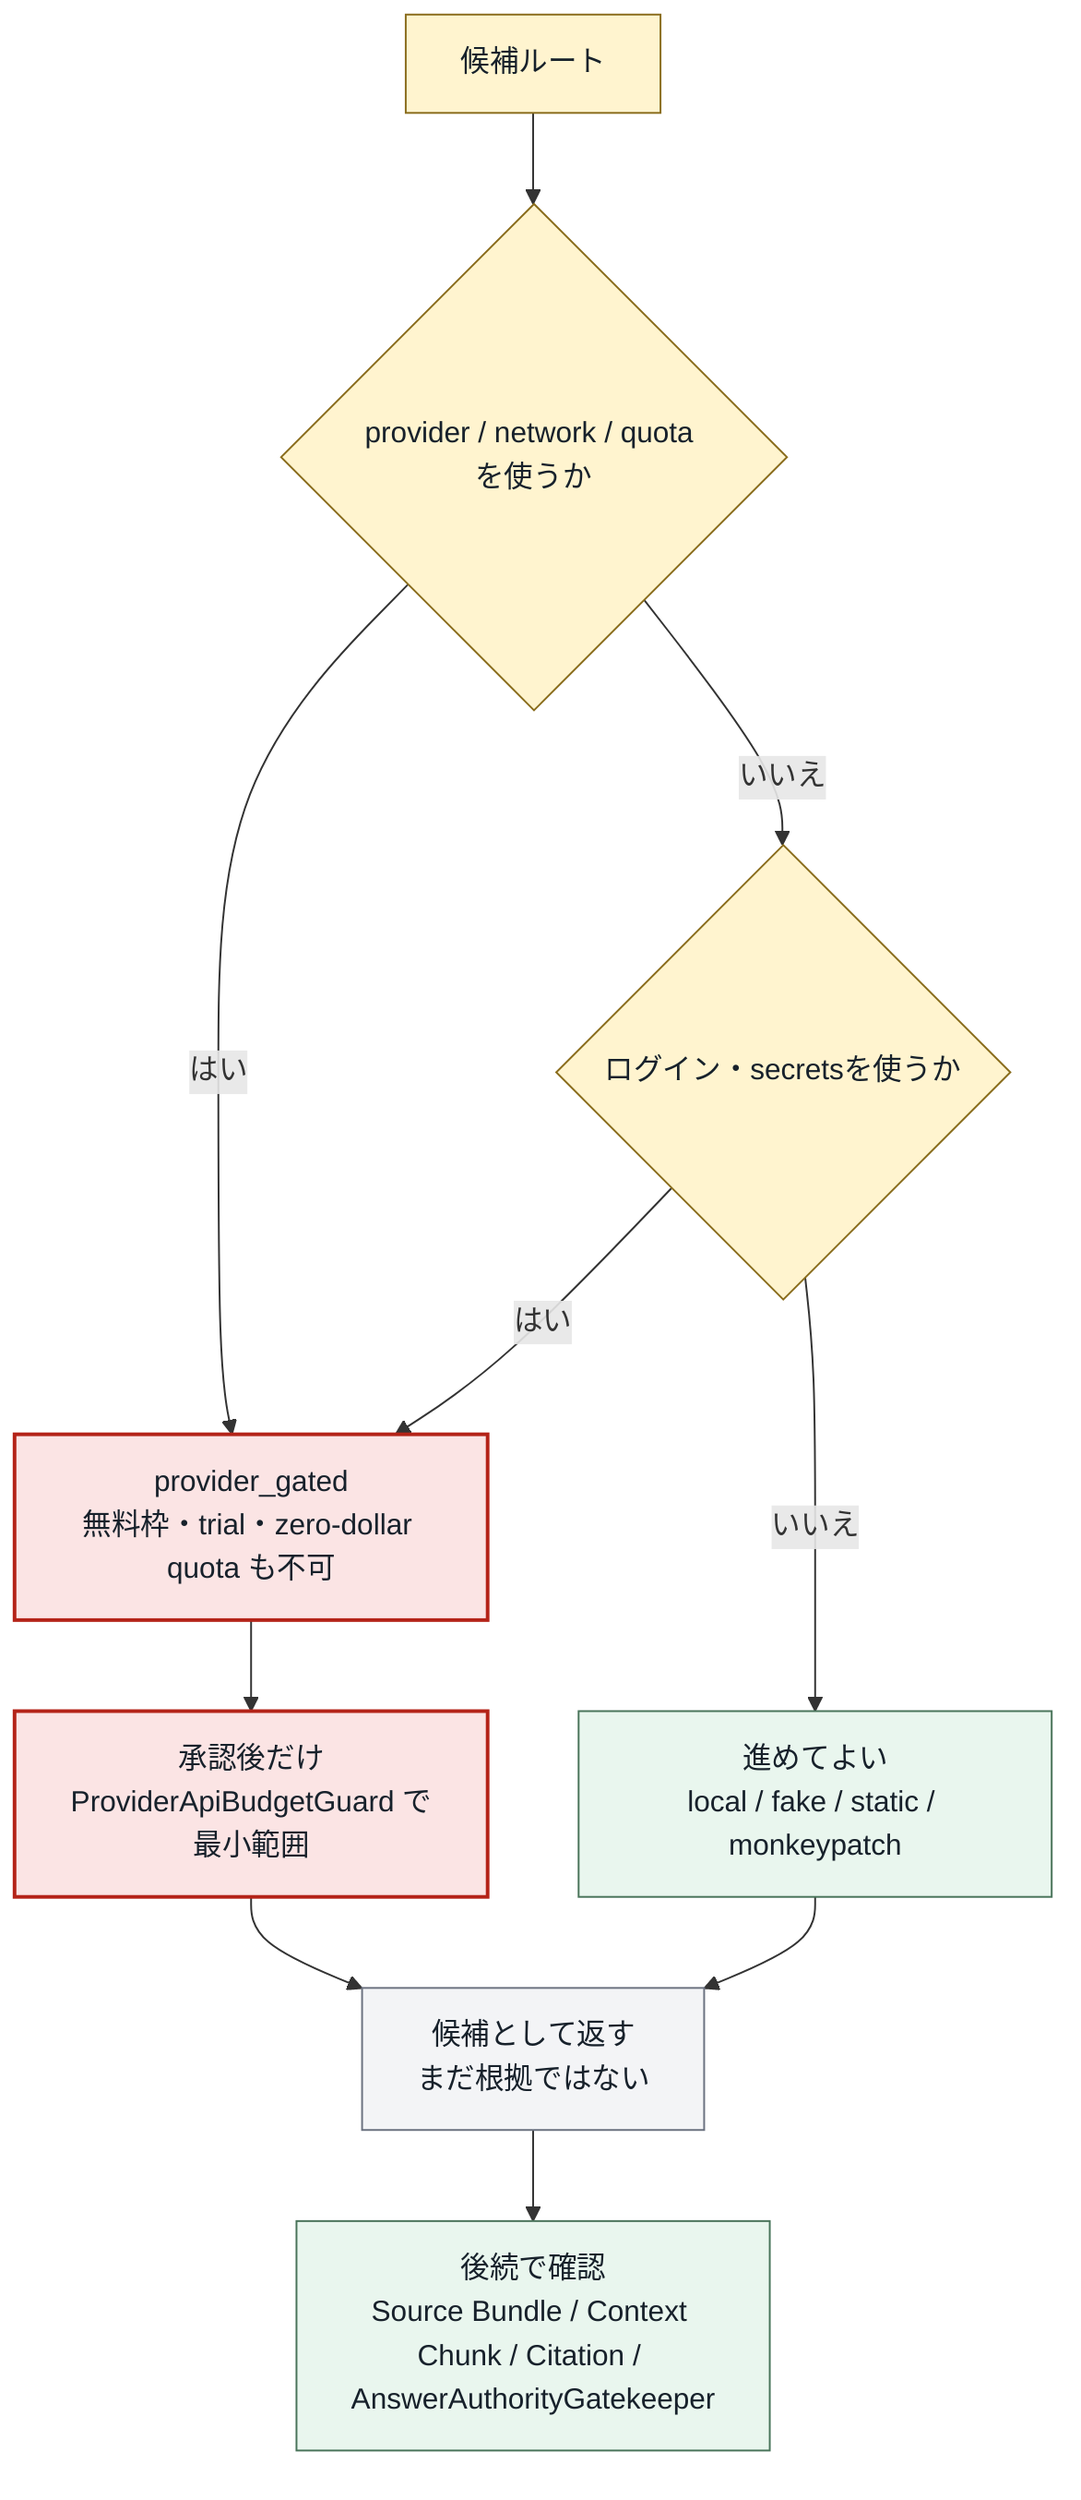
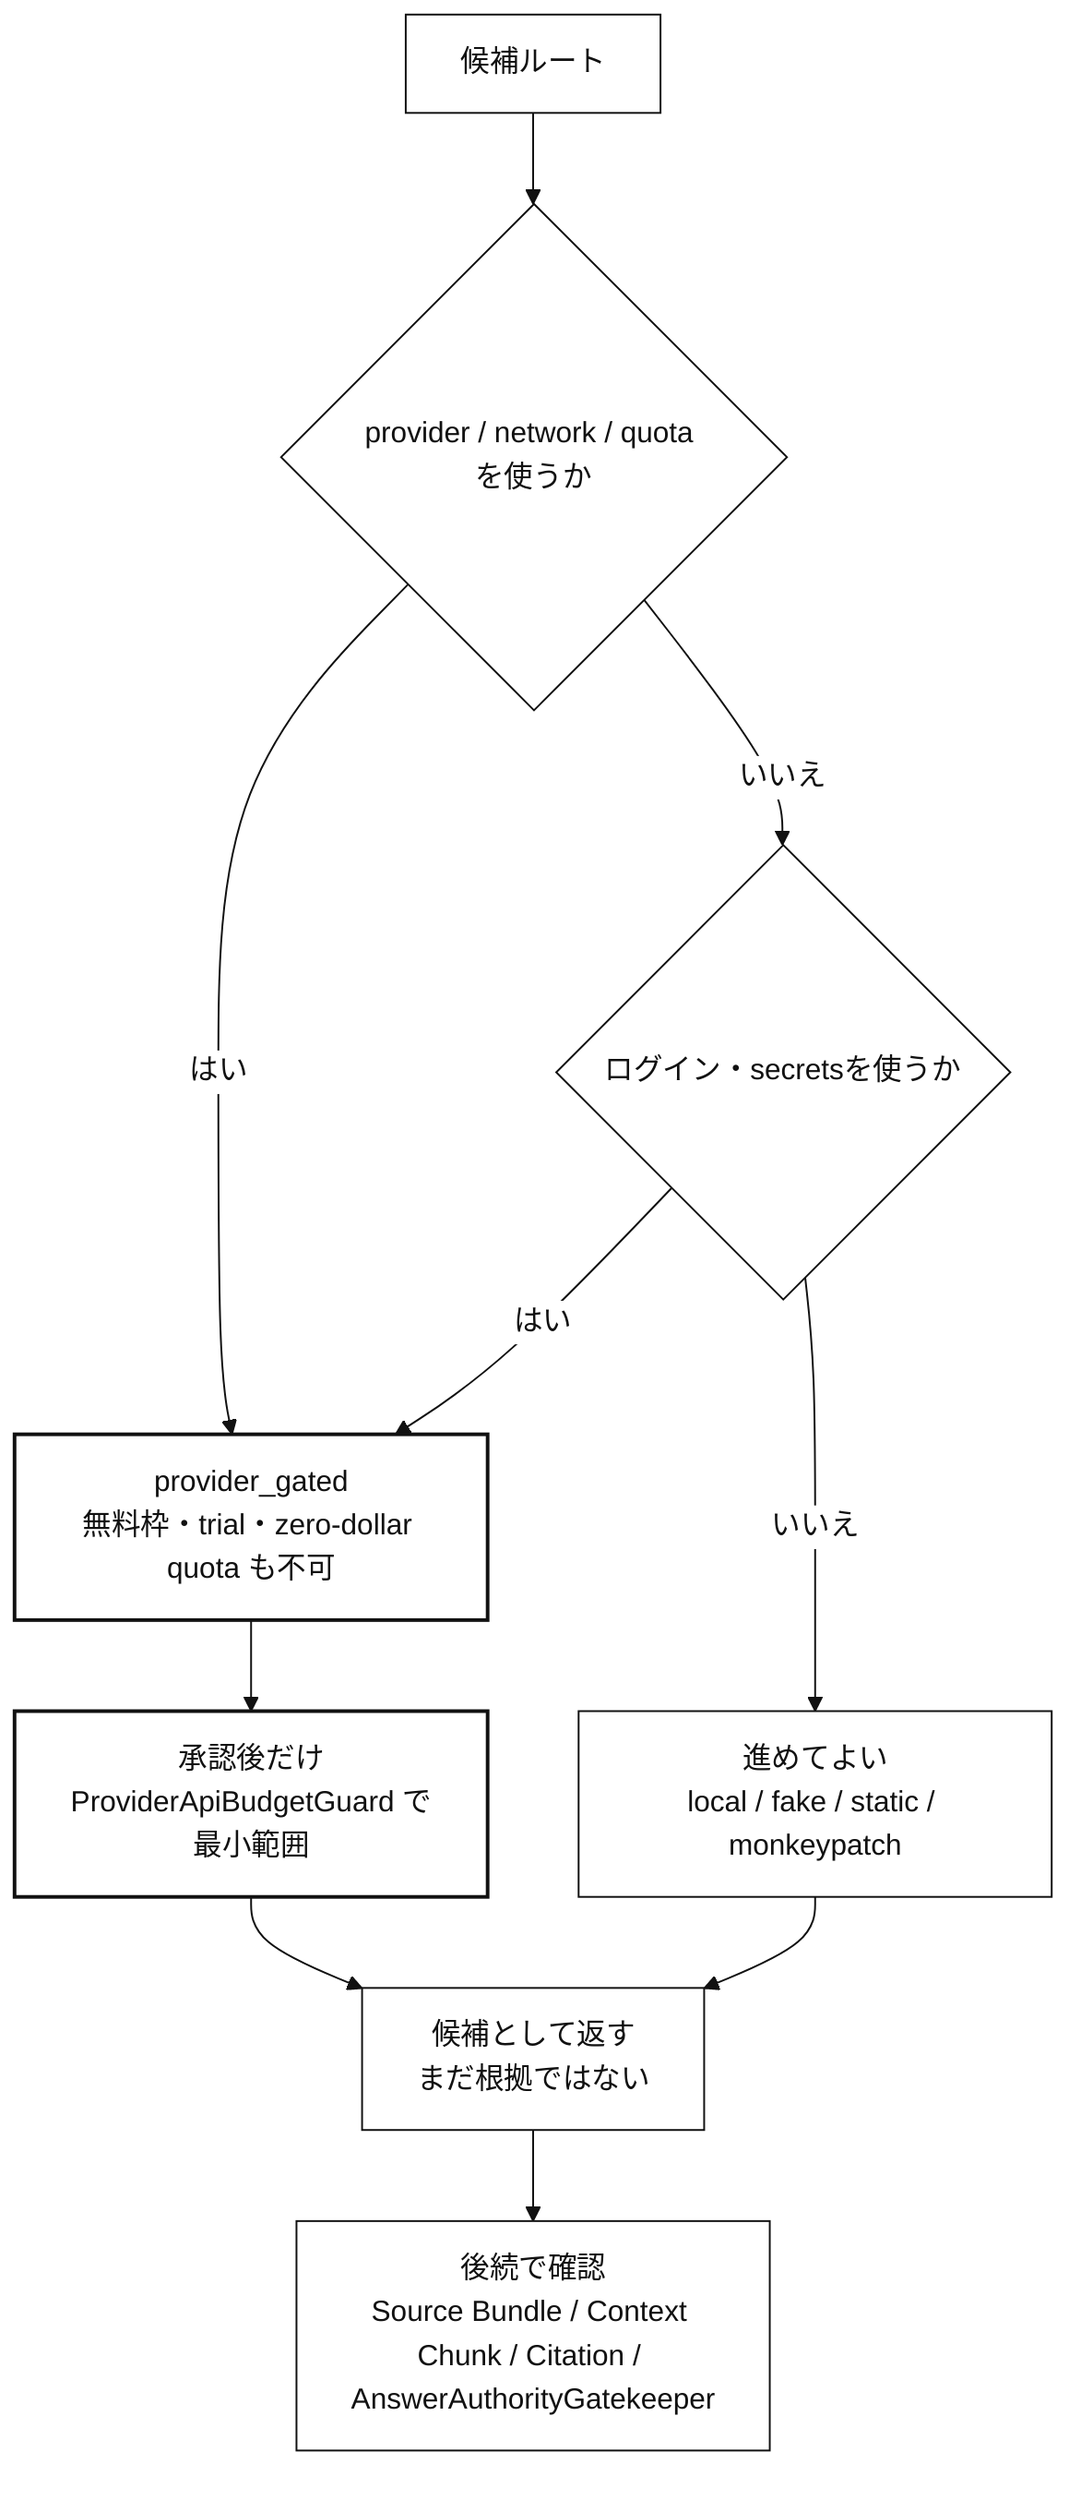
+ %%{init: {"theme":"base","themeVariables":{"background":"#ffffff","primaryColor":"#ffffff","primaryBorderColor":"#111111","primaryTextColor":"#111111","secondaryColor":"#ffffff","secondaryBorderColor":"#111111","secondaryTextColor":"#111111","tertiaryColor":"#ffffff","tertiaryBorderColor":"#111111","tertiaryTextColor":"#111111","lineColor":"#111111","textColor":"#111111","mainBkg":"#ffffff","secondBkg":"#ffffff","actorBkg":"#ffffff","actorBorder":"#111111","actorTextColor":"#111111","activationBkgColor":"#ffffff","activationBorderColor":"#111111","noteBkgColor":"#ffffff","noteBorderColor":"#111111","labelBoxBkgColor":"#ffffff","labelBoxBorderColor":"#111111","signalColor":"#111111","signalTextColor":"#111111","loopTextColor":"#111111"}}}%%
flowchart TB
  %% 現状の provider / quota guard 図: provider-backed候補ルートだけを実行前に止める

-   classDef ask fill:#fff4cf,stroke:#8a6d1d,color:#17212b
-   classDef ok fill:#e9f6ee,stroke:#49745a,color:#17212b
-   classDef stop fill:#fbe4e4,stroke:#b42318,color:#17212b,stroke-width:2px
-   classDef record fill:#f3f4f6,stroke:#6b7280,color:#17212b
+   classDef ask fill:#ffffff,stroke:#111111,color:#111111
+   classDef ok fill:#ffffff,stroke:#111111,color:#111111
+   classDef stop fill:#ffffff,stroke:#111111,color:#111111,stroke-width:2px
+   classDef record fill:#ffffff,stroke:#111111,color:#111111

  work["候補ルート"]:::ask
  provider{"provider / network / quota を使うか"}:::ask
  secret{"ログイン・secretsを使うか"}:::ask
  allowed["進めてよい<br/>local / fake / static / monkeypatch"]:::ok
  blocked["provider_gated<br/>無料枠・trial・zero-dollar quota も不可"]:::stop
  approval["承認後だけ<br/>ProviderApiBudgetGuard で最小範囲"]:::stop
  candidate["候補として返す<br/>まだ根拠ではない"]:::record
  evidence["後続で確認<br/>Source Bundle / Context Chunk / Citation / AnswerAuthorityGatekeeper"]:::ok

  work --> provider
  provider -->|"はい"| blocked --> approval --> candidate
  provider -->|"いいえ"| secret
  secret -->|"はい"| blocked
  secret -->|"いいえ"| allowed --> candidate
  candidate --> evidence
